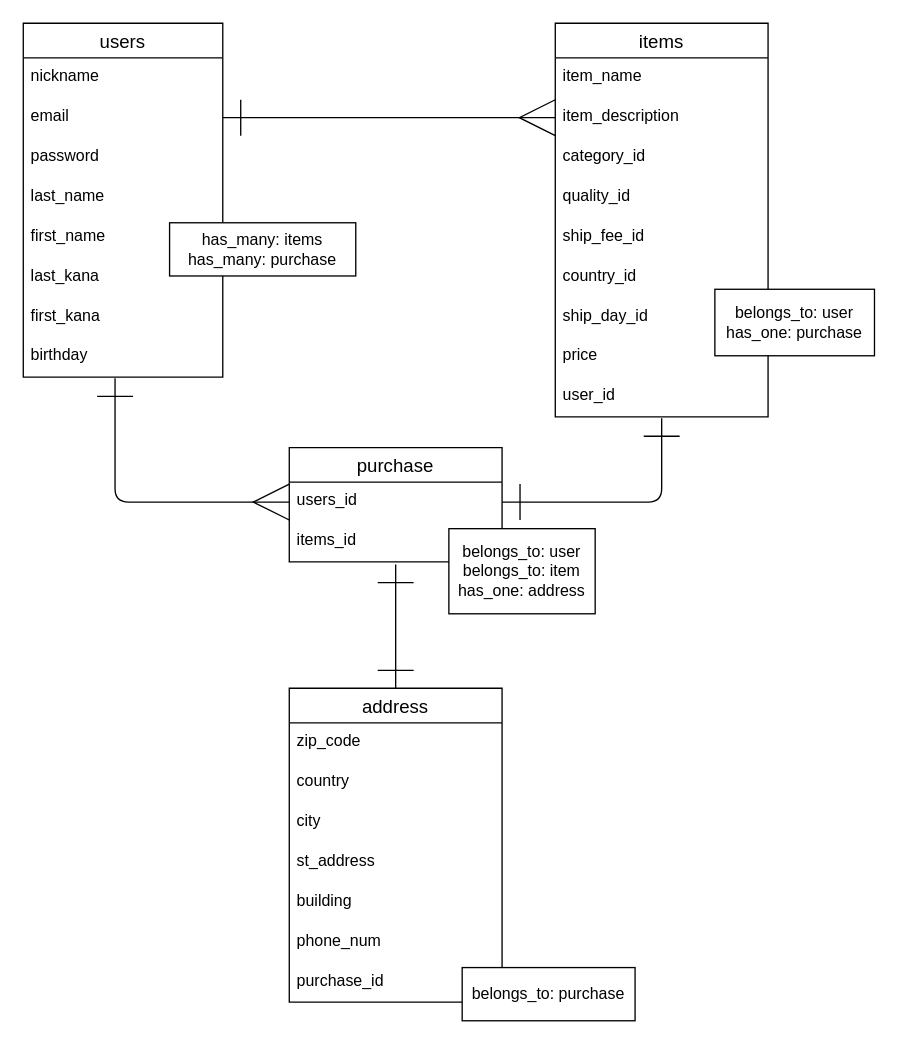
Above: furima.dio in cut2key/furima-37593 (draw.io), before the change. Source tidied: cells renumbered, new cells numbered last; positions are measured from the earlier drawing's top-left corner, leaving out a move shared by most shapes. Both pictures are drawn from the tidied source at 133%, with x=0, y=0 at pixel (23, 23).
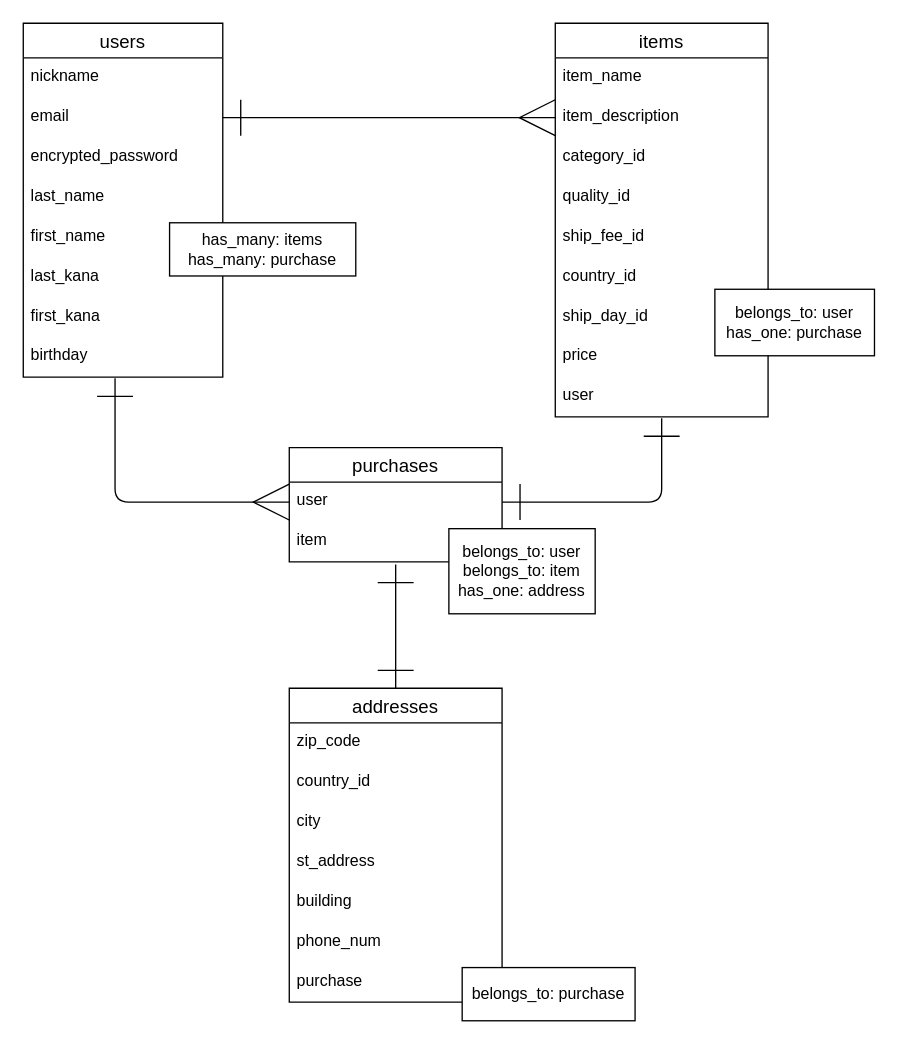
Above is the later version.

Unchanged cells that the change refers to:
```xml
<mxCell id="2" value="users" style="swimlane;fontStyle=0;horizontal=1;startSize=26;align=center;fontSize=14;" parent="1" vertex="1">
  <mxGeometry width="150" height="266" as="geometry" />
</mxCell>
<mxCell id="11" value="items" style="swimlane;fontStyle=0;horizontal=1;startSize=26;align=center;fontSize=14;" parent="1" vertex="1">
  <mxGeometry x="400" width="160" height="296" as="geometry" />
</mxCell>
```

The edit, as a diff of the source:
```diff
@@
-    <mxCell id="5" value="password" style="text;strokeColor=none;fillColor=none;spacingLeft=4;spacingRight=4;overflow=hidden;fontSize=12;" parent="2" vertex="1">
+    <mxCell id="5" value="encrypted_password" style="text;strokeColor=none;fillColor=none;spacingLeft=4;spacingRight=4;overflow=hidden;fontSize=12;" parent="2" vertex="1">
       <mxGeometry y="86" width="150" height="30" as="geometry" />
     </mxCell>
@@
-    <mxCell id="20" value="user_id" style="text;strokeColor=none;fillColor=none;spacingLeft=4;spacingRight=4;overflow=hidden;points=[[0,0.5],[1,0.5]];portConstraint=eastwest;fontSize=12;" parent="11" vertex="1">
+    <mxCell id="20" value="user" style="text;strokeColor=none;fillColor=none;spacingLeft=4;spacingRight=4;overflow=hidden;points=[[0,0.5],[1,0.5]];portConstraint=eastwest;fontSize=12;" parent="11" vertex="1">
       <mxGeometry y="266" width="160" height="30" as="geometry" />
     </mxCell>
@@
-    <mxCell id="22" value="address" style="swimlane;fontStyle=0;horizontal=1;startSize=26;align=center;fontSize=14;" parent="1" vertex="1">
+    <mxCell id="22" value="addresses" style="swimlane;fontStyle=0;horizontal=1;startSize=26;align=center;fontSize=14;" parent="1" vertex="1">
       <mxGeometry x="200" y="500" width="160" height="236" as="geometry" />
     </mxCell>
@@
-    <mxCell id="24" value="country" style="text;strokeColor=none;fillColor=none;spacingLeft=4;spacingRight=4;overflow=hidden;fontSize=12;" parent="22" vertex="1">
+    <mxCell id="24" value="country_id" style="text;strokeColor=none;fillColor=none;spacingLeft=4;spacingRight=4;overflow=hidden;fontSize=12;" parent="22" vertex="1">
       <mxGeometry y="56" width="160" height="30" as="geometry" />
     </mxCell>
@@
-    <mxCell id="29" value="purchase_id" style="text;strokeColor=none;fillColor=none;spacingLeft=4;spacingRight=4;overflow=hidden;fontSize=12;" parent="22" vertex="1">
+    <mxCell id="29" value="purchase" style="text;strokeColor=none;fillColor=none;spacingLeft=4;spacingRight=4;overflow=hidden;fontSize=12;" parent="22" vertex="1">
       <mxGeometry y="206" width="160" height="30" as="geometry" />
     </mxCell>
-    <mxCell id="30" value="purchase" style="swimlane;fontStyle=0;horizontal=1;startSize=26;align=center;fontSize=14;" parent="1" vertex="1">
+    <mxCell id="30" value="purchases" style="swimlane;fontStyle=0;horizontal=1;startSize=26;align=center;fontSize=14;" parent="1" vertex="1">
       <mxGeometry x="200" y="319" width="160" height="86" as="geometry" />
     </mxCell>
-    <mxCell id="31" value="users_id" style="text;strokeColor=none;fillColor=none;spacingLeft=4;spacingRight=4;overflow=hidden;points=[[0,0.5],[1,0.5]];portConstraint=eastwest;fontSize=12;" parent="30" vertex="1">
+    <mxCell id="31" value="user" style="text;strokeColor=none;fillColor=none;spacingLeft=4;spacingRight=4;overflow=hidden;points=[[0,0.5],[1,0.5]];portConstraint=eastwest;fontSize=12;" parent="30" vertex="1">
       <mxGeometry y="26" width="160" height="30" as="geometry" />
     </mxCell>
-    <mxCell id="32" value="items_id" style="text;strokeColor=none;fillColor=none;spacingLeft=4;spacingRight=4;overflow=hidden;points=[[0,0.5],[1,0.5]];portConstraint=eastwest;fontSize=12;" parent="30" vertex="1">
+    <mxCell id="32" value="item" style="text;strokeColor=none;fillColor=none;spacingLeft=4;spacingRight=4;overflow=hidden;points=[[0,0.5],[1,0.5]];portConstraint=eastwest;fontSize=12;" parent="30" vertex="1">
       <mxGeometry y="56" width="160" height="30" as="geometry" />
     </mxCell>
```
